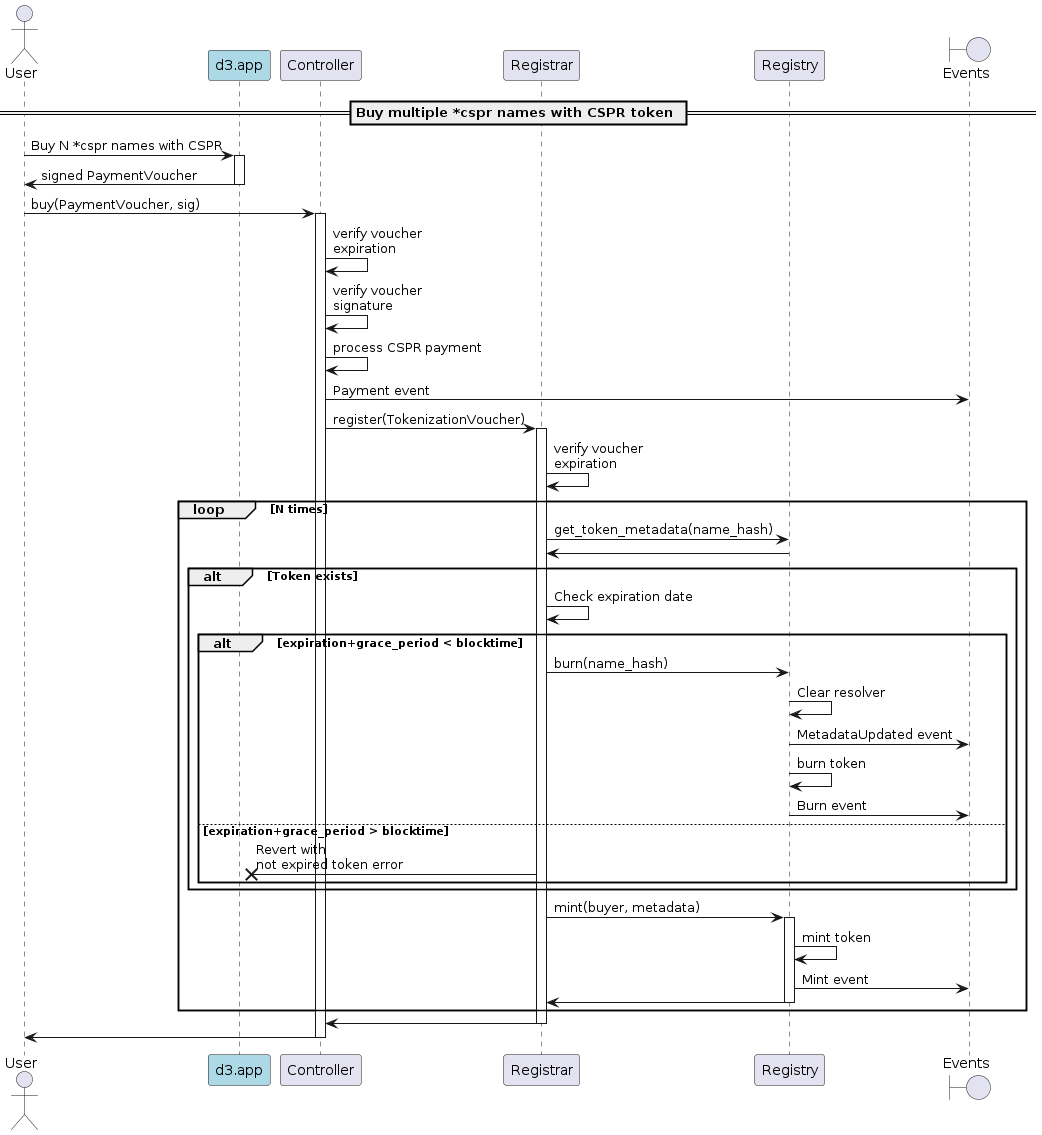
This is docs/sequence-diagrams/puml/onchain-multiple-purchase.png from make-software/cspr-name-contracts, a PlantUML export, as it was before one commit.
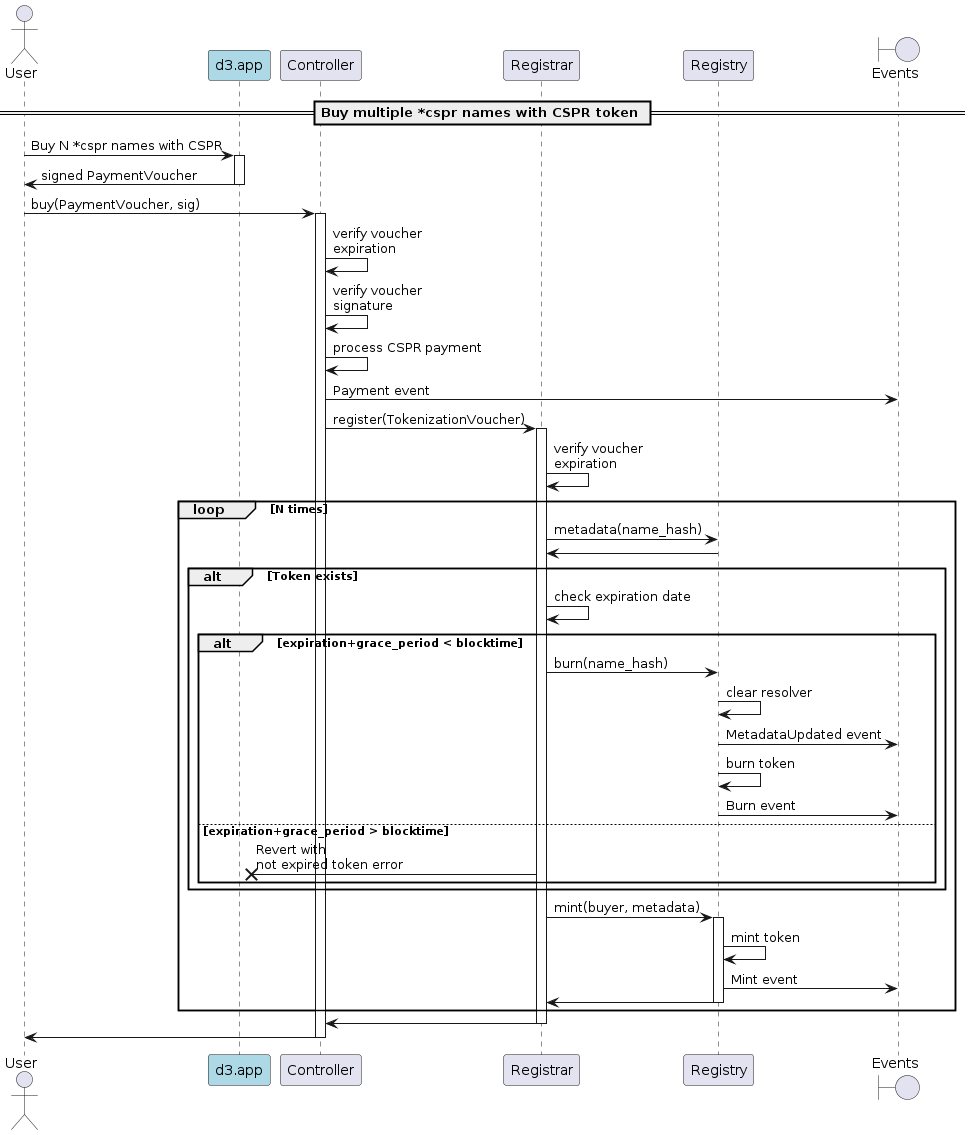
The same file after the commit.

What changed in the source:
```diff
@@ -24,13 +24,13 @@
 activate Registrar
 Registrar -> Registrar: verify voucher\nexpiration
     loop N times
-        Registrar -> Registry: get_token_metadata(name_hash)
+        Registrar -> Registry: metadata(name_hash)
         Registry -> Registrar
         alt Token exists
-            Registrar -> Registrar: Check expiration date
+            Registrar -> Registrar: check expiration date
             alt expiration+grace_period < blocktime
                 Registrar -> Registry: burn(name_hash)
-                Registry -> Registry: Clear resolver
+                Registry -> Registry: clear resolver
                 Registry -> "Events": MetadataUpdated event
                 Registry -> Registry: burn token
                 Registry -> "Events": Burn event
```
